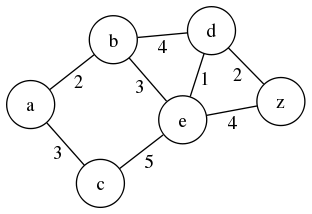
Earlier version of the Graphviz export bai2.png (vietlq/graph-tuts). Its source is kept beside it as bai2.dot.
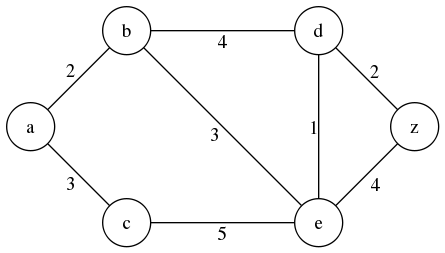
The same file after the commit.

Diff of the diagram source:
```diff
@@ -10,10 +10,10 @@
     d -- z [label="2"];
     e -- z [label="4"];
 
-    a [pos="0, 0"];
-    b [pos="1, 1"];
-    c [pos="1, -1"];
-    d [pos="3, 1"];
-    e [pos="3, -1"];
-    z [pos="4, 0"]
+    a [pos="0, 0!"];
+    b [pos="1, 1!"];
+    c [pos="1, -1!"];
+    d [pos="3, 1!"];
+    e [pos="3, -1!"];
+    z [pos="4, 0!"]
 }
```
